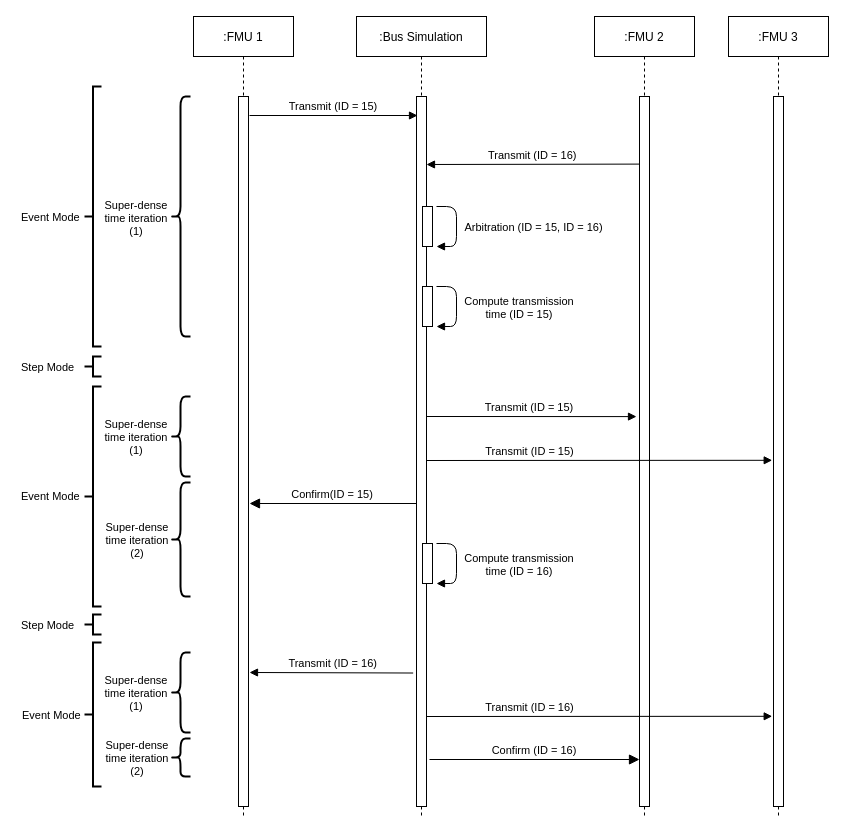
Before: ls-bus-guide/images/can_arbitration_overview_with_buffer.drawio in modelica/fmi-ls-bus-guides, a draw.io diagram. Source tidied: cells renumbered, new cells numbered last; positions are measured from the earlier drawing's top-left corner, leaving out a move shared by most shapes. Both pictures are drawn from the tidied source at 100%, with x=0, y=0 at pixel (16, 16).
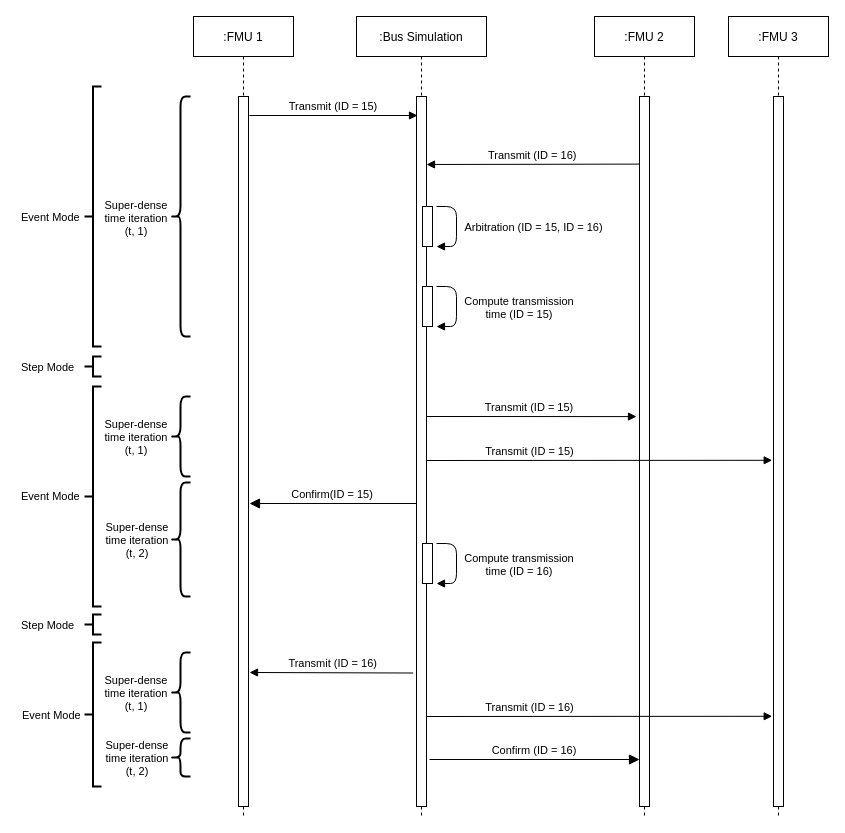
After the change.

Commit message (it also covers changes not shown here):
Clarify usage of super-dense time instants (#106)

What changed in the source:
```diff
@@
-    <mxCell id="24" value="Super-dense&#10;time iteration&#10;(1)" style="text;align=center;fontStyle=0;verticalAlign=middle;spacingLeft=3;spacingRight=3;strokeColor=none;fontSize=11;fillColor=none;" parent="1" vertex="1">
+    <mxCell id="24" value="Super-dense&#10;time iteration&#10;(t, 1)" style="text;align=center;fontStyle=0;verticalAlign=middle;spacingLeft=3;spacingRight=3;strokeColor=none;fontSize=11;fillColor=none;" parent="1" vertex="1">
       <mxGeometry x="80" y="188" width="80" height="26" as="geometry" />
     </mxCell>
-    <mxCell id="25" value="Super-dense&#10;time iteration&#10;(1)" style="text;align=center;fontStyle=0;verticalAlign=middle;spacingLeft=3;spacingRight=3;strokeColor=none;fontSize=11;fillColor=none;" parent="1" vertex="1">
+    <mxCell id="25" value="Super-dense&#10;time iteration&#10;(t, 1)" style="text;align=center;fontStyle=0;verticalAlign=middle;spacingLeft=3;spacingRight=3;strokeColor=none;fontSize=11;fillColor=none;" parent="1" vertex="1">
       <mxGeometry x="80" y="407" width="80" height="26" as="geometry" />
     </mxCell>
@@
-    <mxCell id="30" value="Super-dense&#10;time iteration&#10;(2)" style="text;align=center;fontStyle=0;verticalAlign=middle;spacingLeft=3;spacingRight=3;strokeColor=none;fontSize=11;fillColor=none;" parent="1" vertex="1">
+    <mxCell id="30" value="Super-dense&#10;time iteration&#10;(t, 2)" style="text;align=center;fontStyle=0;verticalAlign=middle;spacingLeft=3;spacingRight=3;strokeColor=none;fontSize=11;fillColor=none;" parent="1" vertex="1">
       <mxGeometry x="81" y="510" width="80" height="26" as="geometry" />
     </mxCell>
@@
-    <mxCell id="41" value="Super-dense&#10;time iteration&#10;(1)" style="text;align=center;fontStyle=0;verticalAlign=middle;spacingLeft=3;spacingRight=3;strokeColor=none;fontSize=11;fillColor=none;" parent="1" vertex="1">
+    <mxCell id="41" value="Super-dense&#10;time iteration&#10;(t, 1)" style="text;align=center;fontStyle=0;verticalAlign=middle;spacingLeft=3;spacingRight=3;strokeColor=none;fontSize=11;fillColor=none;" parent="1" vertex="1">
       <mxGeometry x="80" y="663" width="80" height="26" as="geometry" />
     </mxCell>
@@
-    <mxCell id="43" value="Super-dense&#10;time iteration&#10;(2)" style="text;align=center;fontStyle=0;verticalAlign=middle;spacingLeft=3;spacingRight=3;strokeColor=none;fontSize=11;fillColor=none;" parent="1" vertex="1">
+    <mxCell id="43" value="Super-dense&#10;time iteration&#10;(t, 2)" style="text;align=center;fontStyle=0;verticalAlign=middle;spacingLeft=3;spacingRight=3;strokeColor=none;fontSize=11;fillColor=none;" parent="1" vertex="1">
       <mxGeometry x="81" y="728" width="80" height="26" as="geometry" />
     </mxCell>
```
